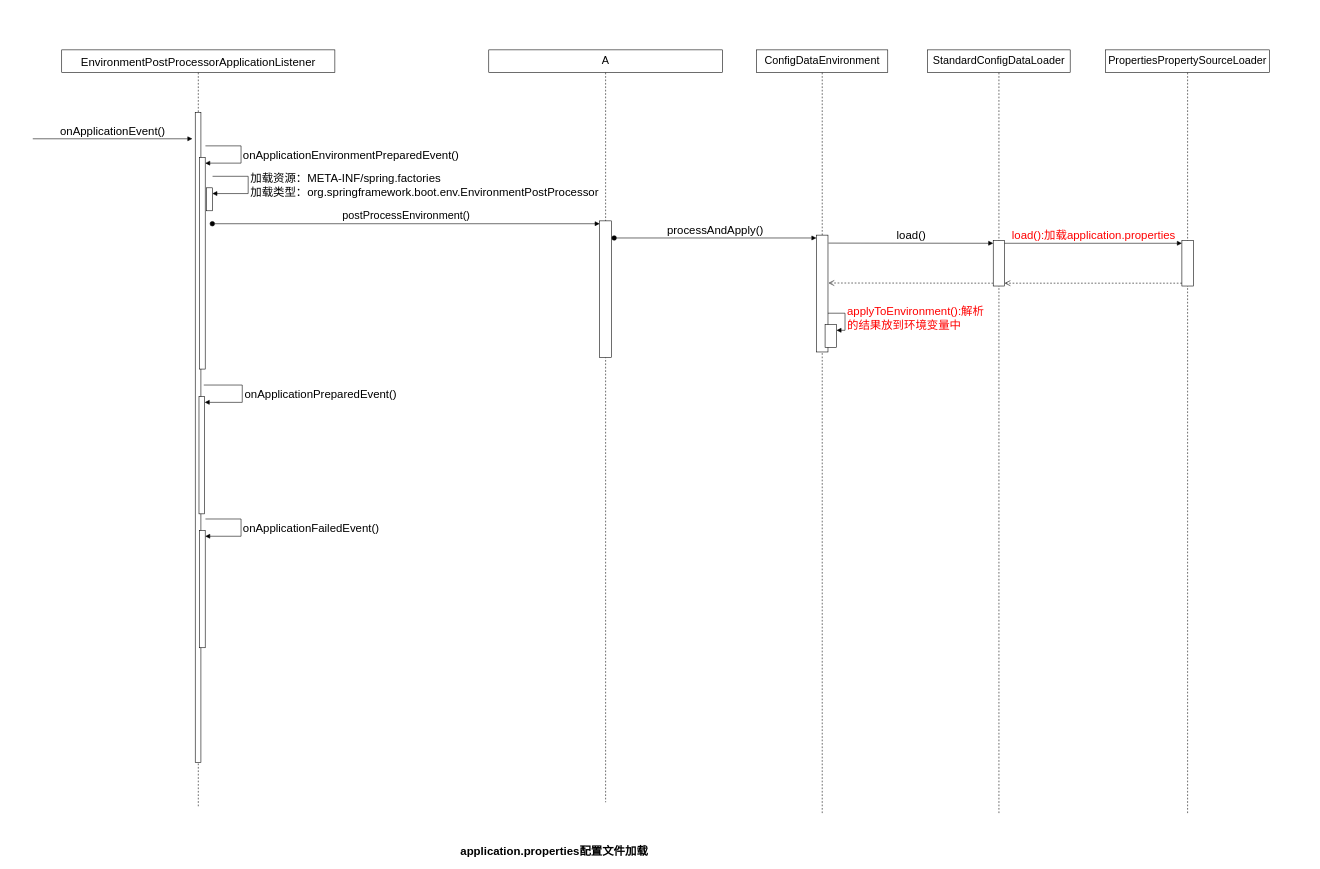
czwer/dubbo-learning keeps this draw.io diagram as dubbo-learning-doc/drawio/源码分析/1_SpringApplication_run方法/过程分析/2_配置文件application_properties加载过程.drawio. Above is the earlier version. Source tidied: cells renumbered, new cells numbered last; positions are measured from the earlier drawing's top-left corner, leaving out a move shared by most shapes. Both pictures are drawn from the tidied source at 57%, with x=0, y=0 at pixel (32, 50).
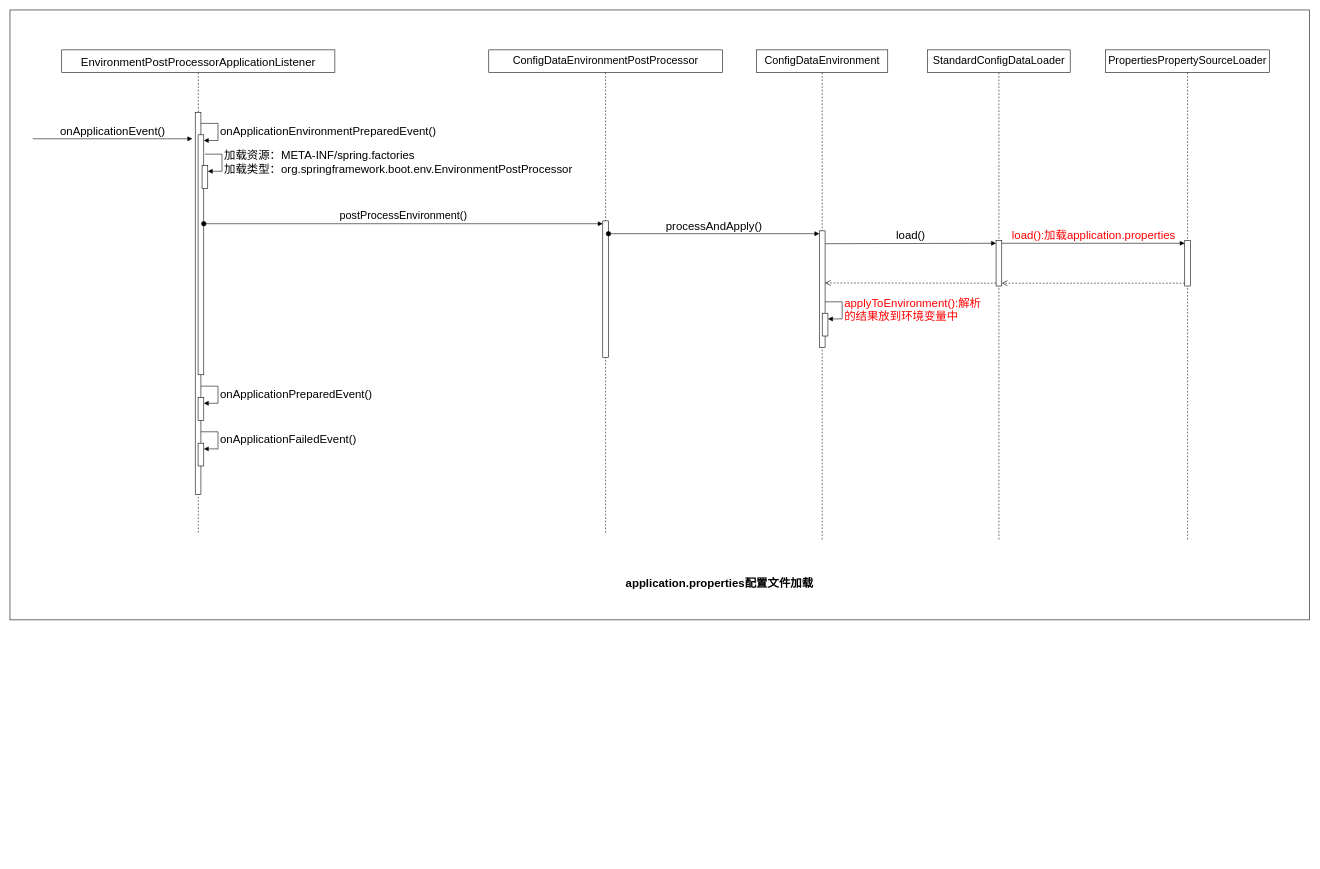
The same page after the edit.

Change to the diagram source:
```diff
@@
+    <mxCell id="31" style="rounded=0;whiteSpace=wrap;html=1;" parent="1" vertex="1">
+      <mxGeometry x="-40" y="-70" width="2280" height="1070" as="geometry" />
+    </mxCell>
-    <mxCell id="2" value="A" style="shape=umlLifeline;perimeter=lifelinePerimeter;whiteSpace=wrap;html=1;newEdgeStyle={&quot;curved&quot;:0,&quot;rounded&quot;:0};fontSize=19;fontStyle=0;" parent="1" vertex="1">
-      <mxGeometry x="800" width="410" height="1320" as="geometry" />
+    <mxCell id="2" value="ConfigDataEnvironmentPostProcessor" style="shape=umlLifeline;perimeter=lifelinePerimeter;whiteSpace=wrap;html=1;newEdgeStyle={&quot;curved&quot;:0,&quot;rounded&quot;:0};fontSize=19;fontStyle=0;" parent="1" vertex="1">
+      <mxGeometry x="800" width="410" height="850" as="geometry" />
     </mxCell>
-    <mxCell id="3" style="html=1;points=[[0,0,0,0,5],[0,1,0,0,-5],[1,0,0,0,5],[1,1,0,0,-5]];perimeter=orthogonalPerimeter;outlineConnect=0;targetShapes=umlLifeline;portConstraint=eastwest;newEdgeStyle={&quot;curved&quot;:0,&quot;rounded&quot;:0};" parent="2" vertex="1">
-      <mxGeometry x="194.6" y="300" width="20.8" height="240" as="geometry" />
-    </mxCell>
-    <mxCell id="4" value="processAndApply()" style="html=1;verticalAlign=bottom;startArrow=oval;endArrow=block;startSize=8;curved=0;rounded=0;entryX=0;entryY=0;entryDx=0;entryDy=5;fontSize=20;" parent="2" edge="1" target="19">
-      <mxGeometry relative="1" as="geometry">
-        <mxPoint x="220" y="330" as="sourcePoint" />
-      </mxGeometry>
-    </mxCell>
     <mxCell id="5" style="group;fontColor=#000000;" parent="1" vertex="1">
-      <mxGeometry x="460" y="60" width="850" height="1270" as="geometry" />
+      <mxGeometry x="460" y="60" width="950" height="1270" as="geometry" />
     </mxCell>
     <mxCell id="6" value="&lt;font style=&quot;color: rgb(0, 0, 0); font-weight: normal;&quot;&gt;EnvironmentPostProcessorApplicationListener&lt;/font&gt;" style="shape=umlLifeline;whiteSpace=wrap;html=1;newEdgeStyle={&quot;curved&quot;:0,&quot;rounded&quot;:0};fontSize=20;fontStyle=1;perimeter=rectanglePerimeter;targetShapes=umlLifeline;participant=label;fontColor=#FF0000;" parent="5" vertex="1">
-      <mxGeometry x="-409.2" y="-60" width="479.2" height="1330" as="geometry" />
+      <mxGeometry x="-409.2" y="-60" width="479.2" height="850" as="geometry" />
     </mxCell>
     <mxCell id="7" style="html=1;perimeter=orthogonalPerimeter;targetShapes=umlLifeline;newEdgeStyle={&quot;curved&quot;:0,&quot;rounded&quot;:0};" parent="6" vertex="1">
-      <mxGeometry x="234.2" y="110" width="10" height="1140" as="geometry" />
+      <mxGeometry x="234.2" y="110" width="10" height="670" as="geometry" />
     </mxCell>
-    <mxCell id="8" style="html=1;points=[[0,0,0,0,5],[0,1,0,0,-5],[1,0,0,0,5],[1,1,0,0,-5]];perimeter=orthogonalPerimeter;outlineConnect=0;targetShapes=umlLifeline;portConstraint=eastwest;newEdgeStyle={&quot;curved&quot;:0,&quot;rounded&quot;:0};" parent="6" vertex="1">
-      <mxGeometry x="241.7" y="188.6" width="10" height="371.4" as="geometry" />
-    </mxCell>
+    <mxCell id="32" style="html=1;points=[[0,0,0,0,5],[0,1,0,0,-5],[1,0,0,0,5],[1,1,0,0,-5]];perimeter=orthogonalPerimeter;outlineConnect=0;targetShapes=umlLifeline;portConstraint=eastwest;newEdgeStyle={&quot;curved&quot;:0,&quot;rounded&quot;:0};" parent="6" vertex="1">
+      <mxGeometry x="239.2" y="149" width="10" height="421" as="geometry" />
+    </mxCell>
-    <mxCell id="9" value="onApplicationEnvironmentPreparedEvent()" style="html=1;align=left;spacingLeft=2;endArrow=block;rounded=0;edgeStyle=orthogonalEdgeStyle;curved=0;rounded=0;fontSize=20;" parent="6" edge="1" target="8">
+    <mxCell id="9" value="&lt;span style=&quot;font-size: 20px;&quot;&gt;onApplicationEnvironmentPreparedEvent()&lt;/span&gt;" style="html=1;align=left;spacingLeft=2;endArrow=block;rounded=0;edgeStyle=orthogonalEdgeStyle;curved=0;rounded=0;" parent="6" edge="1" target="32">
       <mxGeometry relative="1" as="geometry">
-        <mxPoint x="252.1" y="168.4" as="sourcePoint" />
+        <mxPoint x="244.2" y="129" as="sourcePoint" />
         <Array as="points">
-          <mxPoint x="314.6" y="198.7" />
+          <mxPoint x="274.2" y="159" />
         </Array>
       </mxGeometry>
     </mxCell>
-    <mxCell id="10" style="html=1;points=[[0,0,0,0,5],[0,1,0,0,-5],[1,0,0,0,5],[1,1,0,0,-5]];perimeter=orthogonalPerimeter;outlineConnect=0;targetShapes=umlLifeline;portConstraint=eastwest;newEdgeStyle={&quot;curved&quot;:0,&quot;rounded&quot;:0};" parent="6" vertex="1">
-      <mxGeometry x="254.2" y="242" width="10" height="40.3" as="geometry" />
-    </mxCell>
+    <mxCell id="33" style="html=1;points=[[0,0,0,0,5],[0,1,0,0,-5],[1,0,0,0,5],[1,1,0,0,-5]];perimeter=orthogonalPerimeter;outlineConnect=0;targetShapes=umlLifeline;portConstraint=eastwest;newEdgeStyle={&quot;curved&quot;:0,&quot;rounded&quot;:0};" parent="6" vertex="1">
+      <mxGeometry x="246.2" y="203" width="10" height="40" as="geometry" />
+    </mxCell>
-    <mxCell id="11" value="加载资源：META-INF/spring.factories&lt;div&gt;加载类型：org.springframework.boot.env.EnvironmentPostProcessor&lt;/div&gt;" style="html=1;align=left;spacingLeft=2;endArrow=block;rounded=0;edgeStyle=orthogonalEdgeStyle;curved=0;rounded=0;fontSize=20;" parent="6" edge="1" target="10">
+    <mxCell id="11" value="&lt;span style=&quot;font-size: 20px;&quot;&gt;加载资源：META-INF/spring.factories&lt;/span&gt;&lt;div style=&quot;font-size: 20px;&quot;&gt;加载类型：org.springframework.boot.env.EnvironmentPostProcessor&lt;/div&gt;" style="html=1;align=left;spacingLeft=2;endArrow=block;rounded=0;edgeStyle=orthogonalEdgeStyle;curved=0;rounded=0;" parent="6" edge="1" target="33">
       <mxGeometry relative="1" as="geometry">
-        <mxPoint x="264.6" y="221.8" as="sourcePoint" />
+        <mxPoint x="251.2" y="183" as="sourcePoint" />
         <Array as="points">
-          <mxPoint x="327.1" y="252.1" />
+          <mxPoint x="281.2" y="213" />
         </Array>
       </mxGeometry>
     </mxCell>
-    <mxCell id="12" style="html=1;points=[[0,0,0,0,5],[0,1,0,0,-5],[1,0,0,0,5],[1,1,0,0,-5]];perimeter=orthogonalPerimeter;outlineConnect=0;targetShapes=umlLifeline;portConstraint=eastwest;newEdgeStyle={&quot;curved&quot;:0,&quot;rounded&quot;:0};" parent="6" vertex="1">
-      <mxGeometry x="240.8" y="608.3" width="10" height="205.7" as="geometry" />
-    </mxCell>
+    <mxCell id="34" style="html=1;points=[[0,0,0,0,5],[0,1,0,0,-5],[1,0,0,0,5],[1,1,0,0,-5]];perimeter=orthogonalPerimeter;outlineConnect=0;targetShapes=umlLifeline;portConstraint=eastwest;newEdgeStyle={&quot;curved&quot;:0,&quot;rounded&quot;:0};" parent="6" vertex="1">
+      <mxGeometry x="239.2" y="610" width="10" height="40" as="geometry" />
+    </mxCell>
-    <mxCell id="13" value="onApplicationPreparedEvent()" style="html=1;align=left;spacingLeft=2;endArrow=block;rounded=0;edgeStyle=orthogonalEdgeStyle;curved=0;rounded=0;fontSize=20;" parent="6" edge="1" target="12">
+    <mxCell id="13" value="&lt;span style=&quot;font-size: 20px;&quot;&gt;onApplicationPreparedEvent()&lt;/span&gt;" style="html=1;align=left;spacingLeft=2;endArrow=block;rounded=0;edgeStyle=orthogonalEdgeStyle;curved=0;rounded=0;" parent="6" edge="1" target="34">
       <mxGeometry relative="1" as="geometry">
-        <mxPoint x="249.2" y="588" as="sourcePoint" />
+        <mxPoint x="244.2" y="590" as="sourcePoint" />
         <Array as="points">
-          <mxPoint x="316.7" y="618.4" />
+          <mxPoint x="274.2" y="620" />
         </Array>
       </mxGeometry>
     </mxCell>
-    <mxCell id="14" style="html=1;points=[[0,0,0,0,5],[0,1,0,0,-5],[1,0,0,0,5],[1,1,0,0,-5]];perimeter=orthogonalPerimeter;outlineConnect=0;targetShapes=umlLifeline;portConstraint=eastwest;newEdgeStyle={&quot;curved&quot;:0,&quot;rounded&quot;:0};" parent="6" vertex="1">
-      <mxGeometry x="241.7" y="843.2" width="10" height="205.7" as="geometry" />
-    </mxCell>
+    <mxCell id="35" style="html=1;points=[[0,0,0,0,5],[0,1,0,0,-5],[1,0,0,0,5],[1,1,0,0,-5]];perimeter=orthogonalPerimeter;outlineConnect=0;targetShapes=umlLifeline;portConstraint=eastwest;newEdgeStyle={&quot;curved&quot;:0,&quot;rounded&quot;:0};" parent="6" vertex="1">
+      <mxGeometry x="239.2" y="690" width="10" height="40" as="geometry" />
+    </mxCell>
-    <mxCell id="15" value="onApplicationFailedEvent()" style="html=1;align=left;spacingLeft=2;endArrow=block;rounded=0;edgeStyle=orthogonalEdgeStyle;curved=0;rounded=0;fontSize=20;" parent="6" edge="1" target="14">
+    <mxCell id="15" value="&lt;span style=&quot;font-size: 20px;&quot;&gt;onApplicationFailedEvent()&lt;/span&gt;" style="html=1;align=left;spacingLeft=2;endArrow=block;rounded=0;edgeStyle=orthogonalEdgeStyle;curved=0;rounded=0;" parent="6" edge="1" target="35">
       <mxGeometry relative="1" as="geometry">
-        <mxPoint x="252.1" y="823" as="sourcePoint" />
+        <mxPoint x="244.2" y="670" as="sourcePoint" />
         <Array as="points">
-          <mxPoint x="314.6" y="853.3" />
+          <mxPoint x="274.2" y="700" />
         </Array>
       </mxGeometry>
     </mxCell>
+    <mxCell id="17" value="onApplicationEvent()" style="html=1;verticalAlign=bottom;endArrow=block;curved=0;rounded=0;fontSize=20;" parent="5" edge="1">
+      <mxGeometry relative="1" as="geometry">
+        <mxPoint x="-460" y="96" as="sourcePoint" />
+        <mxPoint x="-180" y="96" as="targetPoint" />
+      </mxGeometry>
+    </mxCell>
+    <mxCell id="3" style="html=1;points=[[0,0,0,0,5],[0,1,0,0,-5],[1,0,0,0,5],[1,1,0,0,-5]];perimeter=orthogonalPerimeter;outlineConnect=0;targetShapes=umlLifeline;portConstraint=eastwest;newEdgeStyle={&quot;curved&quot;:0,&quot;rounded&quot;:0};" parent="5" vertex="1">
+      <mxGeometry x="540" y="240" width="10" height="240" as="geometry" />
+    </mxCell>
-    <mxCell id="16" value="&lt;span style=&quot;font-size: 19px;&quot;&gt;postProcessEnvironment()&lt;/span&gt;" style="html=1;verticalAlign=bottom;startArrow=oval;endArrow=block;startSize=8;curved=0;rounded=0;entryX=0;entryY=0;entryDx=0;entryDy=5;" parent="6" edge="1" target="3">
-      <mxGeometry relative="1" as="geometry">
-        <mxPoint x="264.2" y="305" as="sourcePoint" />
-      </mxGeometry>
+    <mxCell id="16" value="&lt;span style=&quot;font-size: 19px;&quot;&gt;postProcessEnvironment()&lt;/span&gt;" style="html=1;verticalAlign=bottom;startArrow=oval;endArrow=block;startSize=8;curved=0;rounded=0;entryX=0;entryY=0;entryDx=0;entryDy=5;" parent="5" edge="1" source="32" target="3">
+      <mxGeometry relative="1" as="geometry" />
     </mxCell>
-    <mxCell id="17" value="onApplicationEvent()" style="html=1;verticalAlign=bottom;endArrow=block;curved=0;rounded=0;fontSize=20;" parent="5" edge="1">
-      <mxGeometry relative="1" as="geometry">
-        <mxPoint x="-460" y="96" as="sourcePoint" />
-        <mxPoint x="-180" y="96" as="targetPoint" />
-      </mxGeometry>
-    </mxCell>
+    <mxCell id="28" value="application.properties配置文件加载" style="text;html=1;whiteSpace=wrap;strokeColor=none;fillColor=none;align=center;verticalAlign=middle;rounded=0;fontSize=20;fontStyle=1;" parent="5" vertex="1">
+      <mxGeometry x="540" y="860" width="410" height="30" as="geometry" />
+    </mxCell>
     <mxCell id="18" value="ConfigDataEnvironment" style="shape=umlLifeline;perimeter=lifelinePerimeter;whiteSpace=wrap;html=1;newEdgeStyle={&quot;curved&quot;:0,&quot;rounded&quot;:0};fontSize=19;fontStyle=0;" parent="1" vertex="1">
-      <mxGeometry x="1270" width="230" height="1340" as="geometry" />
+      <mxGeometry x="1270" width="230" height="860" as="geometry" />
     </mxCell>
     <mxCell id="19" style="html=1;points=[[0,0,0,0,5],[0,1,0,0,-5],[1,0,0,0,5],[1,1,0,0,-5]];perimeter=orthogonalPerimeter;outlineConnect=0;targetShapes=umlLifeline;portConstraint=eastwest;newEdgeStyle={&quot;curved&quot;:0,&quot;rounded&quot;:0};" parent="18" vertex="1">
-      <mxGeometry x="104.8" y="325" width="20.3" height="205" as="geometry" />
+      <mxGeometry x="110" y="317.5" width="10" height="205" as="geometry" />
     </mxCell>
-    <mxCell id="20" style="html=1;points=[[0,0,0,0,5],[0,1,0,0,-5],[1,0,0,0,5],[1,1,0,0,-5]];perimeter=orthogonalPerimeter;outlineConnect=0;targetShapes=umlLifeline;portConstraint=eastwest;newEdgeStyle={&quot;curved&quot;:0,&quot;rounded&quot;:0};" parent="18" vertex="1">
-      <mxGeometry x="120" y="482" width="20" height="40" as="geometry" />
-    </mxCell>
+    <mxCell id="36" style="html=1;points=[[0,0,0,0,5],[0,1,0,0,-5],[1,0,0,0,5],[1,1,0,0,-5]];perimeter=orthogonalPerimeter;outlineConnect=0;targetShapes=umlLifeline;portConstraint=eastwest;newEdgeStyle={&quot;curved&quot;:0,&quot;rounded&quot;:0};" parent="18" vertex="1">
+      <mxGeometry x="115" y="462" width="10" height="40" as="geometry" />
+    </mxCell>
-    <mxCell id="21" value="applyToEnvironment():解析&lt;div&gt;的结果放到环境变量中&lt;/div&gt;" style="html=1;align=left;spacingLeft=2;endArrow=block;rounded=0;edgeStyle=orthogonalEdgeStyle;curved=0;rounded=0;fontSize=20;fontColor=#FF0000;" parent="18" edge="1" target="20">
+    <mxCell id="21" value="&lt;span style=&quot;color: rgb(255, 0, 0); font-size: 20px;&quot;&gt;applyToEnvironment():解析&lt;/span&gt;&lt;div style=&quot;color: rgb(255, 0, 0); font-size: 20px;&quot;&gt;的结果放到环境变量中&lt;/div&gt;" style="html=1;align=left;spacingLeft=2;endArrow=block;rounded=0;edgeStyle=orthogonalEdgeStyle;curved=0;rounded=0;" parent="18" edge="1" target="36">
       <mxGeometry relative="1" as="geometry">
-        <mxPoint x="125" y="462" as="sourcePoint" />
+        <mxPoint x="120" y="442" as="sourcePoint" />
         <Array as="points">
-          <mxPoint x="155" y="492" />
+          <mxPoint x="150" y="472" />
         </Array>
       </mxGeometry>
     </mxCell>
-    <mxCell id="22" value="load()" style="html=1;verticalAlign=bottom;endArrow=block;curved=0;rounded=0;entryX=0;entryY=0;entryDx=0;entryDy=5;fontSize=20;" parent="18" edge="1" target="27">
-      <mxGeometry relative="1" as="geometry">
-        <mxPoint x="126" y="339" as="sourcePoint" />
-      </mxGeometry>
-    </mxCell>
-    <mxCell id="23" style="html=1;verticalAlign=bottom;endArrow=open;dashed=1;endSize=8;curved=0;rounded=0;exitX=0;exitY=1;exitDx=0;exitDy=-5;" parent="18" edge="1" source="27">
-      <mxGeometry relative="1" as="geometry">
-        <mxPoint x="126" y="409" as="targetPoint" />
-      </mxGeometry>
-    </mxCell>
     <mxCell id="24" value="PropertiesPropertySourceLoader" style="shape=umlLifeline;perimeter=lifelinePerimeter;whiteSpace=wrap;html=1;newEdgeStyle={&quot;curved&quot;:0,&quot;rounded&quot;:0};fontSize=19;fontStyle=0;" parent="1" vertex="1">
-      <mxGeometry x="1882" width="288" height="1340" as="geometry" />
+      <mxGeometry x="1882" width="288" height="860" as="geometry" />
     </mxCell>
     <mxCell id="25" style="html=1;points=[[0,0,0,0,5],[0,1,0,0,-5],[1,0,0,0,5],[1,1,0,0,-5]];perimeter=orthogonalPerimeter;outlineConnect=0;targetShapes=umlLifeline;portConstraint=eastwest;newEdgeStyle={&quot;curved&quot;:0,&quot;rounded&quot;:0};" parent="24" vertex="1">
-      <mxGeometry x="134" y="334.3" width="20" height="80" as="geometry" />
+      <mxGeometry x="139" y="334.3" width="10" height="80" as="geometry" />
     </mxCell>
     <mxCell id="26" value="StandardConfigDataLoader" style="shape=umlLifeline;perimeter=lifelinePerimeter;whiteSpace=wrap;html=1;newEdgeStyle={&quot;curved&quot;:0,&quot;rounded&quot;:0};fontSize=19;fontStyle=0;" parent="1" vertex="1">
-      <mxGeometry x="1570" width="250" height="1340" as="geometry" />
+      <mxGeometry x="1570" width="250" height="860" as="geometry" />
     </mxCell>
     <mxCell id="27" style="html=1;points=[[0,0,0,0,5],[0,1,0,0,-5],[1,0,0,0,5],[1,1,0,0,-5]];perimeter=orthogonalPerimeter;outlineConnect=0;targetShapes=umlLifeline;portConstraint=eastwest;newEdgeStyle={&quot;curved&quot;:0,&quot;rounded&quot;:0};" parent="26" vertex="1">
-      <mxGeometry x="115" y="334.3" width="20" height="80" as="geometry" />
+      <mxGeometry x="120" y="334.3" width="10" height="80" as="geometry" />
     </mxCell>
-    <mxCell id="28" value="application.properties配置文件加载" style="text;html=1;whiteSpace=wrap;strokeColor=none;fillColor=none;align=center;verticalAlign=middle;rounded=0;fontSize=20;fontStyle=1;" parent="1" vertex="1">
-      <mxGeometry x="710" y="1390" width="410" height="30" as="geometry" />
-    </mxCell>
@@
+    <mxCell id="4" value="processAndApply()" style="html=1;verticalAlign=bottom;startArrow=oval;endArrow=block;startSize=8;curved=0;rounded=0;entryX=0;entryY=0;entryDx=0;entryDy=5;fontSize=20;" parent="1" edge="1" source="3" target="19">
+      <mxGeometry relative="1" as="geometry" />
+    </mxCell>
+    <mxCell id="23" style="html=1;verticalAlign=bottom;endArrow=open;dashed=1;endSize=8;curved=0;rounded=0;exitX=0;exitY=1;exitDx=0;exitDy=-5;entryX=1;entryY=0.446;entryDx=0;entryDy=0;entryPerimeter=0;" parent="1" edge="1" source="27" target="19">
+      <mxGeometry relative="1" as="geometry" />
+    </mxCell>
+    <mxCell id="22" value="load()" style="html=1;verticalAlign=bottom;endArrow=block;curved=0;rounded=0;entryX=0;entryY=0;entryDx=0;entryDy=5;fontSize=20;exitX=1;exitY=0.11;exitDx=0;exitDy=0;exitPerimeter=0;" parent="1" edge="1" source="19" target="27">
+      <mxGeometry relative="1" as="geometry" />
+    </mxCell>
```
